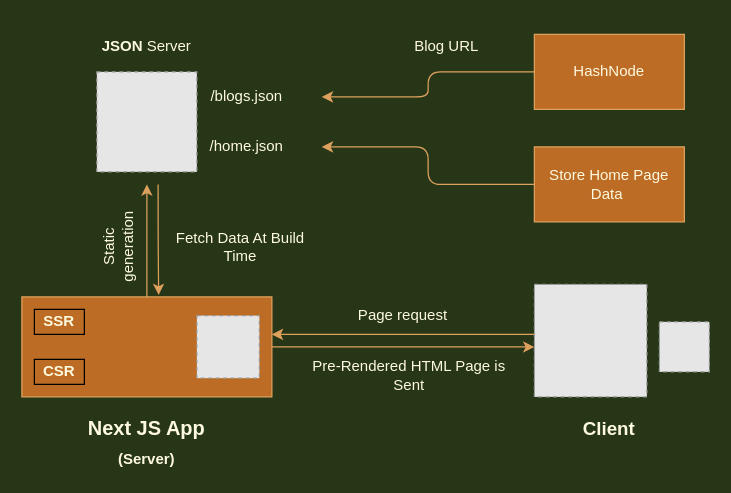
Above: System Architectures/Altaf Shaikh Portfolio System Design.drawio in altafshaikh/static-file-storage (draw.io), before the change. Source tidied: cells renumbered, new cells numbered last; positions are measured from the earlier drawing's top-left corner, leaving out a move shared by most shapes. Both pictures are drawn from the tidied source at 125%, with x=0, y=0 at pixel (21, 21). Pictures stored in the file or linked from it are replaced by grey dashed boxes.
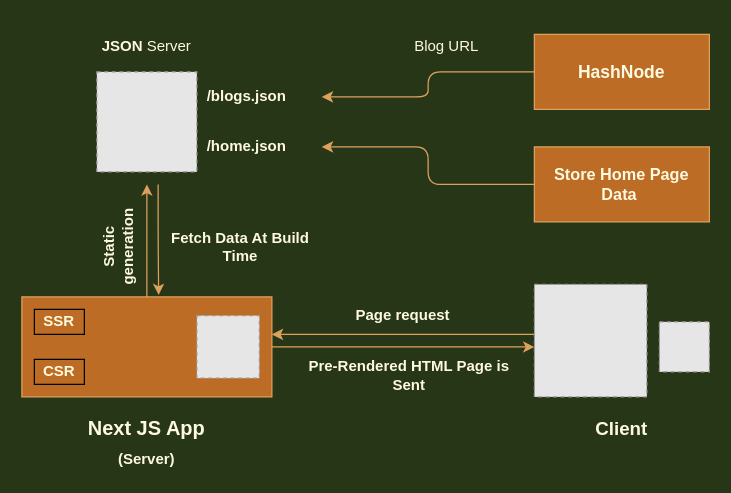
After the change.

The edit, as a diff of the source:
```diff
@@
-    <mxCell id="4" value="/blogs.json" style="text;html=1;strokeColor=none;fillColor=none;align=center;verticalAlign=middle;whiteSpace=wrap;rounded=0;sketch=0;fontColor=#FEFAE0;" parent="1" vertex="1">
+    <mxCell id="4" value="&lt;b&gt;/blogs.json&lt;/b&gt;" style="text;html=1;strokeColor=none;fillColor=none;align=center;verticalAlign=middle;whiteSpace=wrap;rounded=0;sketch=0;fontColor=#FEFAE0;" parent="1" vertex="1">
       <mxGeometry x="120" y="40" width="120" height="40" as="geometry" />
     </mxCell>
@@
-    <mxCell id="6" value="HashNode" style="rounded=0;whiteSpace=wrap;html=1;sketch=0;fontColor=#FEFAE0;strokeColor=#DDA15E;fillColor=#BC6C25;" parent="1" vertex="1">
-      <mxGeometry x="410" y="10" width="120" height="60" as="geometry" />
+    <mxCell id="6" value="&lt;b&gt;&lt;font style=&quot;font-size: 14px&quot;&gt;HashNode&lt;/font&gt;&lt;/b&gt;" style="rounded=0;whiteSpace=wrap;html=1;sketch=0;fontColor=#FEFAE0;strokeColor=#DDA15E;fillColor=#BC6C25;" parent="1" vertex="1">
+      <mxGeometry x="410" y="10" width="140" height="60" as="geometry" />
     </mxCell>
-    <mxCell id="7" value="/home.json" style="text;html=1;strokeColor=none;fillColor=none;align=center;verticalAlign=middle;whiteSpace=wrap;rounded=0;sketch=0;fontColor=#FEFAE0;" parent="1" vertex="1">
+    <mxCell id="7" value="&lt;b&gt;/home.json&lt;/b&gt;" style="text;html=1;strokeColor=none;fillColor=none;align=center;verticalAlign=middle;whiteSpace=wrap;rounded=0;sketch=0;fontColor=#FEFAE0;" parent="1" vertex="1">
       <mxGeometry x="120" y="80" width="120" height="40" as="geometry" />
     </mxCell>
@@
-    <mxCell id="10" value="Store Home Page Data&amp;nbsp;" style="rounded=0;whiteSpace=wrap;html=1;sketch=0;fontColor=#FEFAE0;strokeColor=#DDA15E;fillColor=#BC6C25;" parent="1" vertex="1">
-      <mxGeometry x="410" y="100" width="120" height="60" as="geometry" />
+    <mxCell id="10" value="&lt;b&gt;&lt;font style=&quot;font-size: 13px&quot;&gt;Store Home Page Data&amp;nbsp;&lt;/font&gt;&lt;/b&gt;" style="rounded=0;whiteSpace=wrap;html=1;sketch=0;fontColor=#FEFAE0;strokeColor=#DDA15E;fillColor=#BC6C25;" parent="1" vertex="1">
+      <mxGeometry x="410" y="100" width="140" height="60" as="geometry" />
     </mxCell>
@@
-    <mxCell id="19" value="Static generation" style="text;html=1;strokeColor=none;fillColor=none;align=center;verticalAlign=middle;whiteSpace=wrap;rounded=0;sketch=0;fontColor=#FEFAE0;rotation=-90;" parent="1" vertex="1">
+    <mxCell id="19" value="&lt;b&gt;Static generation&lt;/b&gt;" style="text;html=1;strokeColor=none;fillColor=none;align=center;verticalAlign=middle;whiteSpace=wrap;rounded=0;sketch=0;fontColor=#FEFAE0;rotation=-90;" parent="1" vertex="1">
       <mxGeometry x="35" y="150" width="85" height="60" as="geometry" />
     </mxCell>
-    <mxCell id="20" value="Fetch Data At Build Time" style="text;html=1;strokeColor=none;fillColor=none;align=center;verticalAlign=middle;whiteSpace=wrap;rounded=0;sketch=0;fontColor=#FEFAE0;" parent="1" vertex="1">
+    <mxCell id="20" value="&lt;b&gt;Fetch Data At Build Time&lt;/b&gt;" style="text;html=1;strokeColor=none;fillColor=none;align=center;verticalAlign=middle;whiteSpace=wrap;rounded=0;sketch=0;fontColor=#FEFAE0;" parent="1" vertex="1">
       <mxGeometry x="110" y="170" width="130" height="20" as="geometry" />
     </mxCell>
@@
     <mxCell id="24" value="&lt;b&gt;&lt;font style=&quot;font-size: 15px&quot;&gt;Client&lt;/font&gt;&lt;/b&gt;" style="text;html=1;strokeColor=none;fillColor=none;align=center;verticalAlign=middle;whiteSpace=wrap;rounded=0;sketch=0;fontColor=#FEFAE0;" parent="1" vertex="1">
-      <mxGeometry x="430" y="310" width="80" height="30" as="geometry" />
+      <mxGeometry x="440" y="310" width="80" height="30" as="geometry" />
     </mxCell>
@@
-    <mxCell id="26" value="Pre-Rendered HTML Page is Sent" style="text;html=1;strokeColor=none;fillColor=none;align=center;verticalAlign=middle;whiteSpace=wrap;rounded=0;sketch=0;fontColor=#FEFAE0;" parent="1" vertex="1">
+    <mxCell id="26" value="&lt;b&gt;Pre-Rendered HTML Page is Sent&lt;/b&gt;" style="text;html=1;strokeColor=none;fillColor=none;align=center;verticalAlign=middle;whiteSpace=wrap;rounded=0;sketch=0;fontColor=#FEFAE0;" parent="1" vertex="1">
       <mxGeometry x="220" y="265" width="180" height="35" as="geometry" />
     </mxCell>
-    <mxCell id="27" value="Page request" style="text;html=1;strokeColor=none;fillColor=none;align=center;verticalAlign=middle;whiteSpace=wrap;rounded=0;sketch=0;fontColor=#FEFAE0;" parent="1" vertex="1">
+    <mxCell id="27" value="&lt;b&gt;Page request&lt;/b&gt;" style="text;html=1;strokeColor=none;fillColor=none;align=center;verticalAlign=middle;whiteSpace=wrap;rounded=0;sketch=0;fontColor=#FEFAE0;" parent="1" vertex="1">
       <mxGeometry x="230" y="220" width="150" height="30" as="geometry" />
     </mxCell>
```
